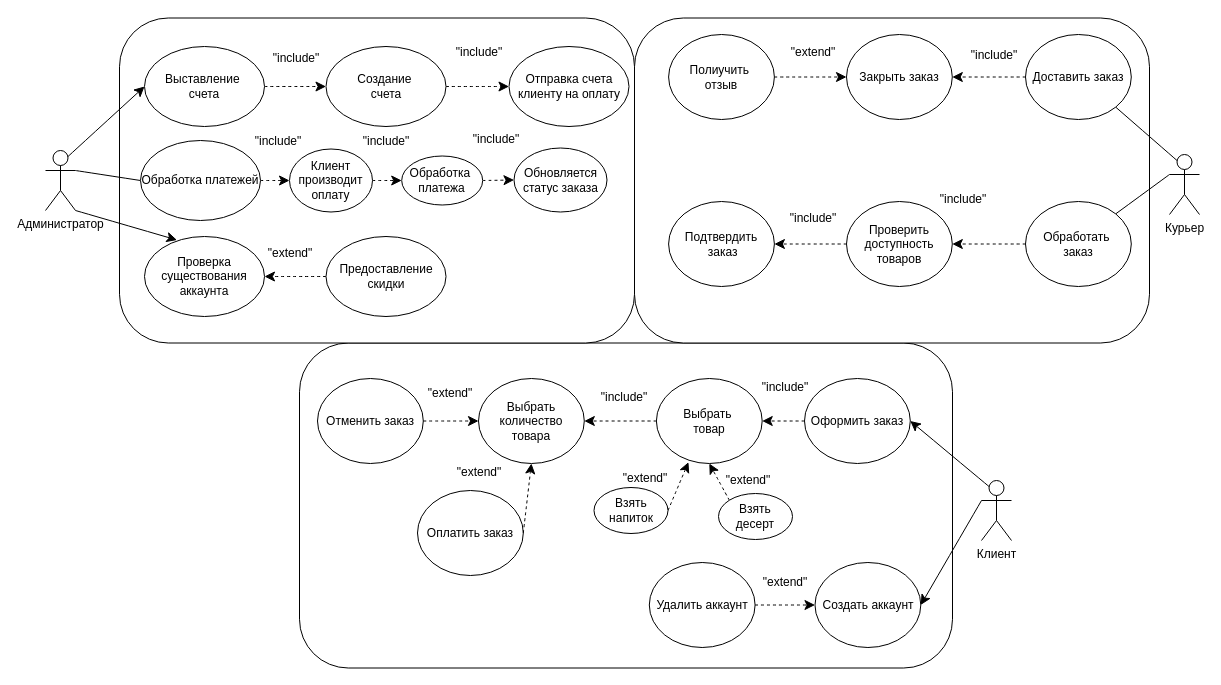
Before: 1.drawio in Helpmepleaseitishard/Aikms, a draw.io diagram. Source tidied: cells renumbered, new cells numbered last; positions are measured from the earlier drawing's top-left corner, leaving out a move shared by most shapes. Both pictures are drawn from the tidied source at 100%, with x=0, y=0 at pixel (45, 17).
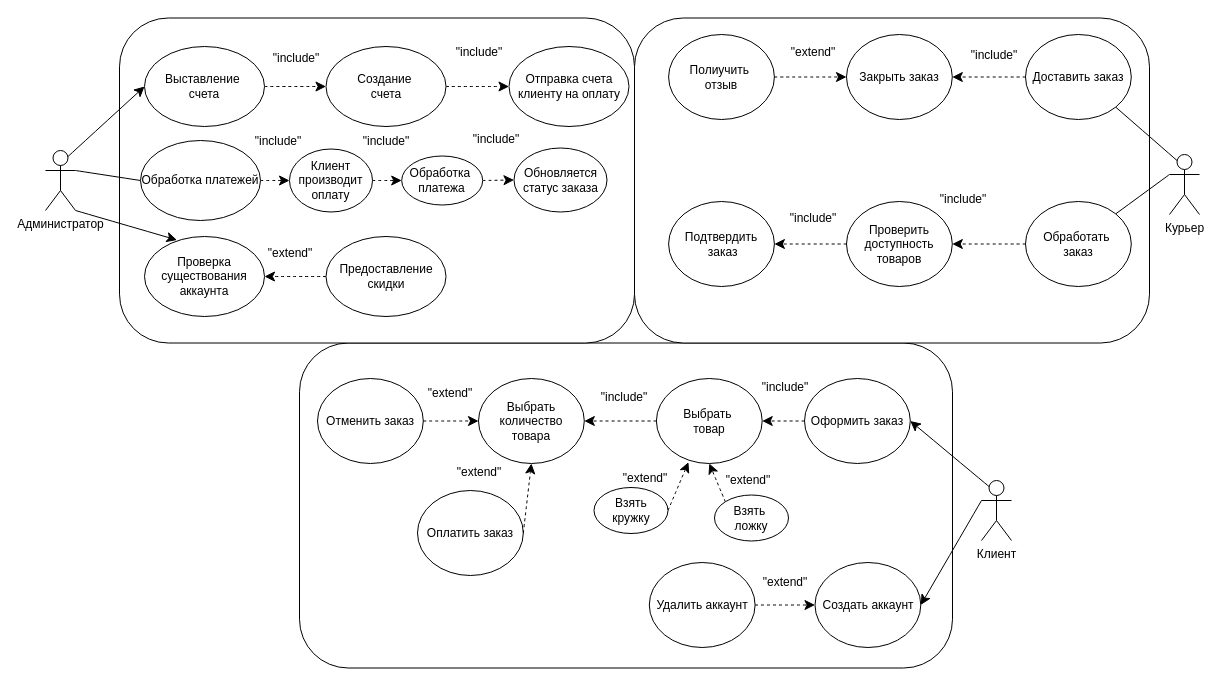
Above is the later version.

Change to the diagram source:
```diff
@@
-    <mxCell id="43" value="Взять напиток" style="ellipse;whiteSpace=wrap;html=1;fontColor=#000000;" parent="1" vertex="1">
+    <mxCell id="43" value="Взять кружку" style="ellipse;whiteSpace=wrap;html=1;fontColor=#000000;" parent="1" vertex="1">
       <mxGeometry x="548.5" y="470" width="74" height="46" as="geometry" />
     </mxCell>
@@
-    <mxCell id="45" value="Взять десерт" style="ellipse;whiteSpace=wrap;html=1;fontColor=#000000;" parent="1" vertex="1">
-      <mxGeometry x="673" y="476" width="74" height="46" as="geometry" />
+    <mxCell id="45" value="&lt;div&gt;Взять&amp;nbsp;&lt;/div&gt;&lt;div&gt;ложку&lt;/div&gt;" style="ellipse;whiteSpace=wrap;html=1;fontColor=#000000;" parent="1" vertex="1">
+      <mxGeometry x="669" y="477.5" width="74" height="46" as="geometry" />
     </mxCell>
```
